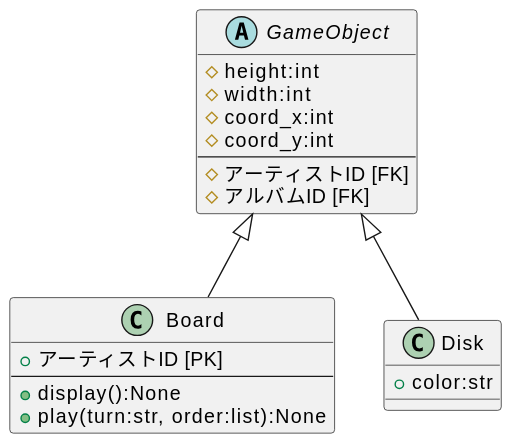
Above: info/uml.svg in sontyubo/othello_game (PlantUML), before the change.
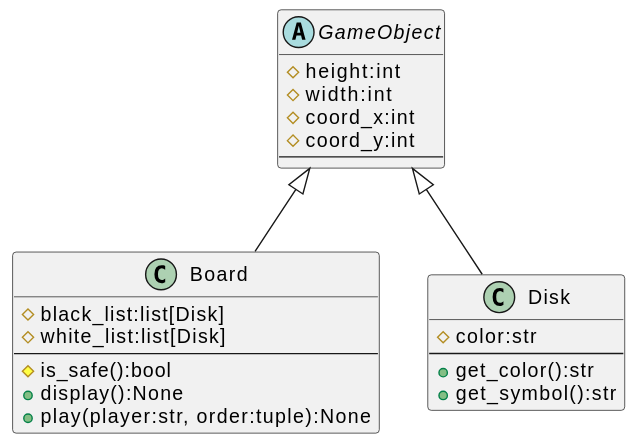
Later version of the same file.

Change to the diagram source:
```diff
@@ -5,17 +5,20 @@
     # coord_x:int
     # coord_y:int
     --
-    # アーティストID [FK]
-    # アルバムID [FK]
 }
 class Board {
-    + アーティストID [PK]
+    # black_list:list[Disk]
+    # white_list:list[Disk]
     --
+    # is_safe():bool
     + display():None
-    + play(turn:str, order:list):None
+    + play(player:str, order:tuple):None
 }
 class Disk {
-    + color:str
+    # color:str
+    --
+    + get_color():str
+    + get_symbol():str
 }
 GameObject <|-- Board
 GameObject <|-- Disk
```
